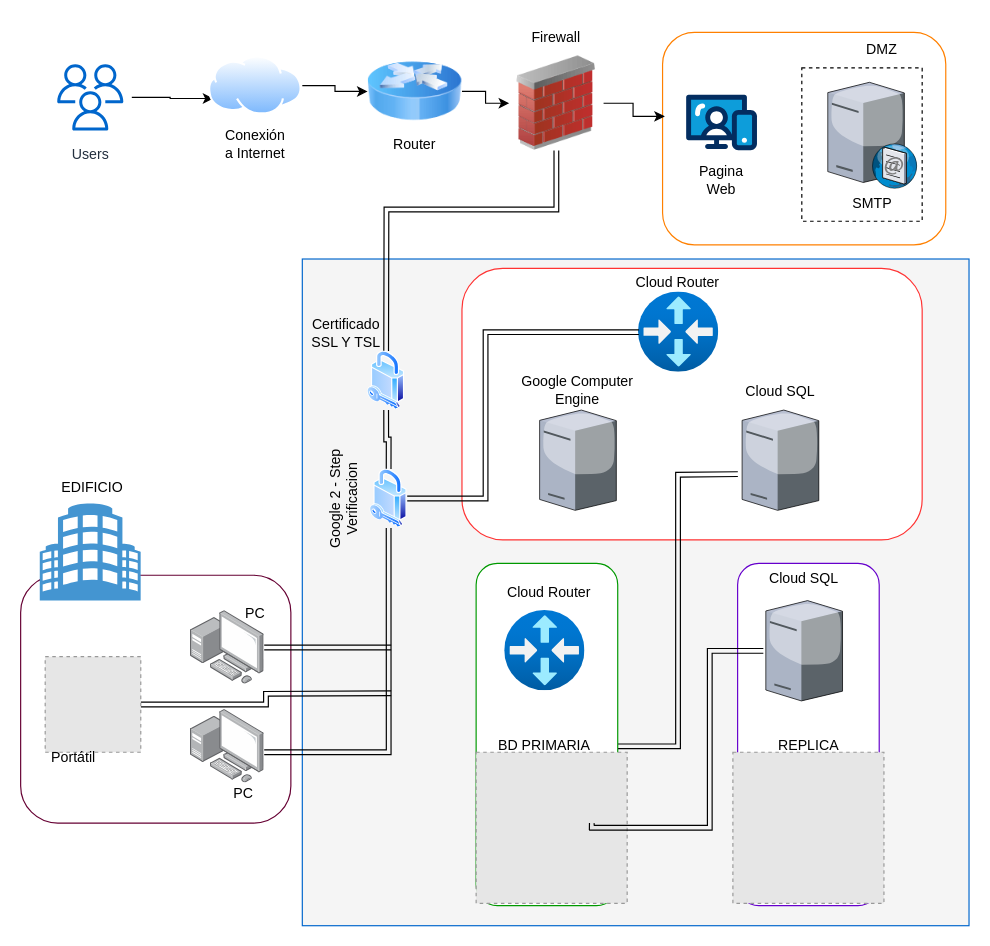
The draw.io diagram page "Página-1" (1 of 2) of Diagrama sin título.drawio in SindyBarrera/1er.-Proyecto-Desarrollo-Web-SINDY-MELISSA-BARRERA-BARRERA, before the edit. Source tidied: cells renumbered, new cells numbered last; positions are measured from the earlier drawing's top-left corner, leaving out a move shared by most shapes. Both pictures are drawn from the tidied source at 118%, with x=0, y=0 at pixel (20, 20). Pictures stored in the file or linked from it are replaced by grey dashed boxes.
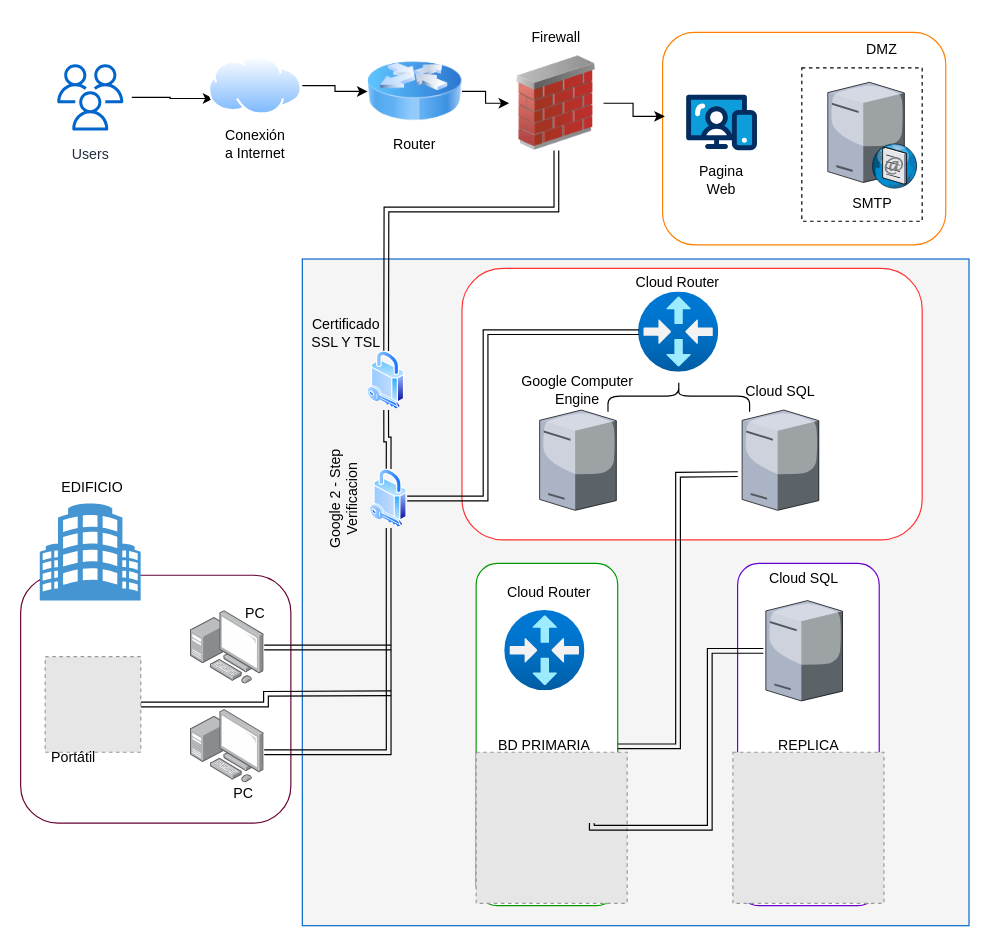
The same page after the edit.

Diff of the diagram source:
```diff
@@
+    <mxCell id="59" style="shape=curlyBracket;whiteSpace=wrap;html=1;rounded=1;flipH=1;labelPosition=right;verticalLabelPosition=middle;align=left;verticalAlign=middle;rotation=-90;" parent="1" vertex="1">
+      <mxGeometry x="544.6" y="258.2" width="26.3" height="120" as="geometry" />
+    </mxCell>
```
